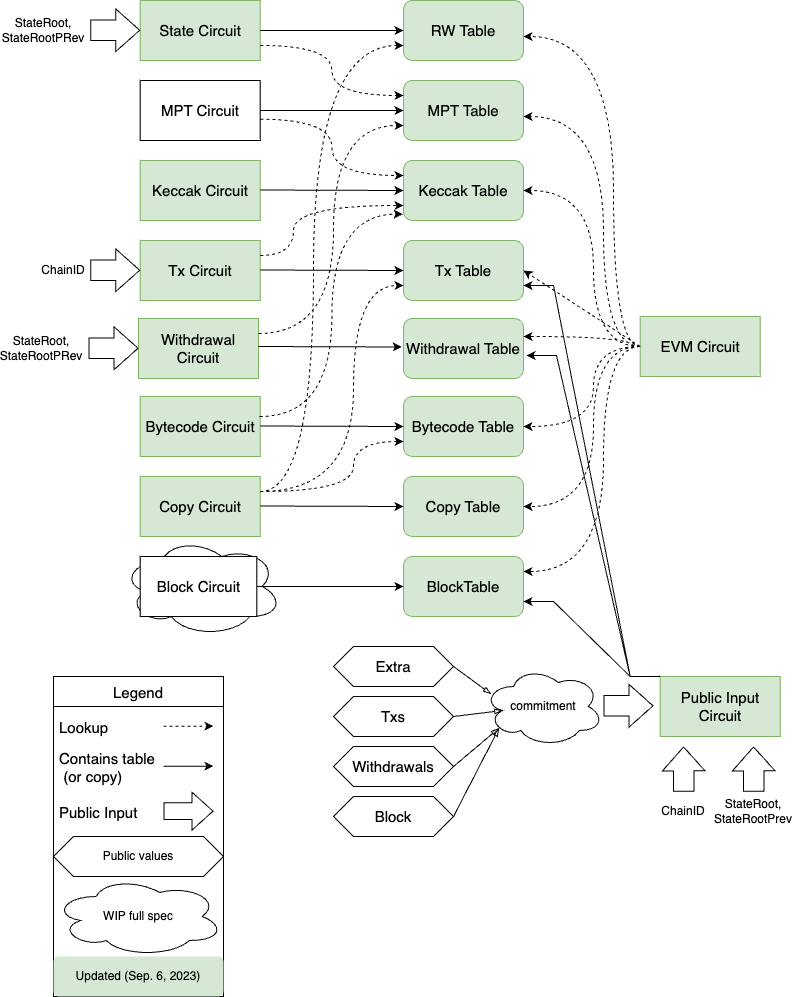
The draw.io diagram specs/super_circuit.png in privacy-scaling-explorations/zkevm-specs, before a commit. Source tidied: cells renumbered, new cells last; positions are measured from the earlier drawing's top-left corner, leaving out a move shared by most shapes.
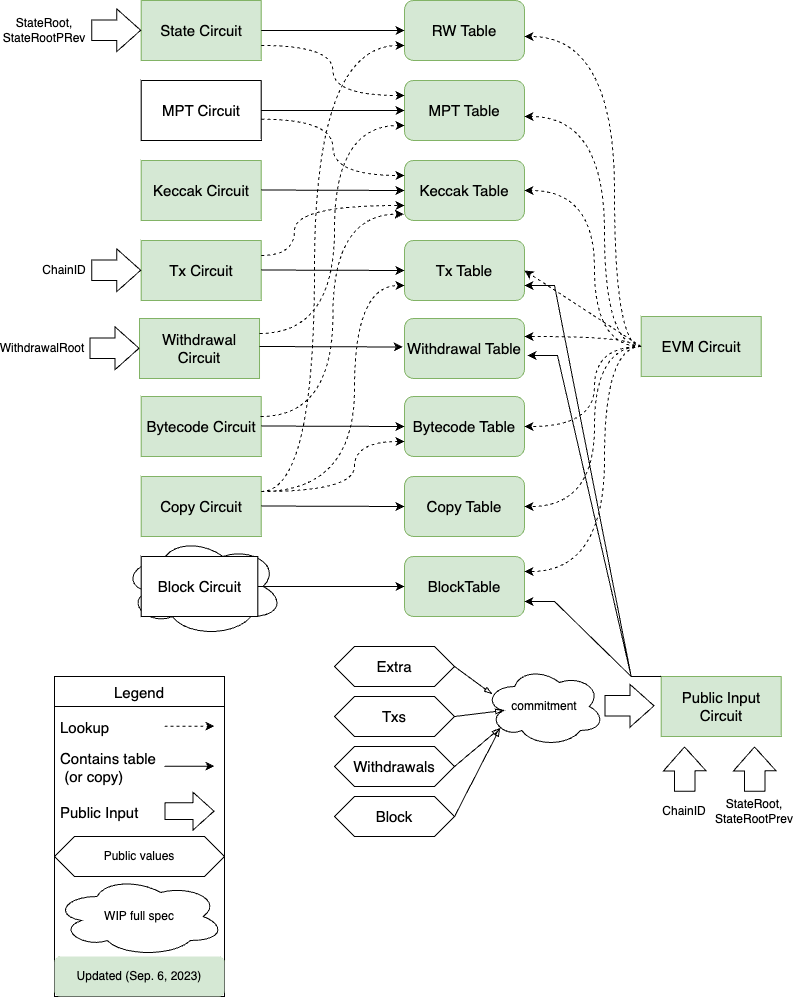
After the commit.

What changed in the source:
```diff
@@ -294,7 +294,7 @@
         <mxPoint x="127" y="347.8" as="targetPoint" />
       </mxGeometry>
     </mxCell>
-    <mxCell id="70" value="StateRoot,&lt;br&gt;StateRootPRev" style="text;html=1;strokeColor=none;fillColor=none;align=center;verticalAlign=middle;whiteSpace=wrap;rounded=0;" parent="1" vertex="1">
+    <mxCell id="70" value="WithdrawalRoot" style="text;html=1;strokeColor=none;fillColor=none;align=center;verticalAlign=middle;whiteSpace=wrap;rounded=0;" parent="1" vertex="1">
       <mxGeometry x="0.3" y="325.5" width="60" height="45" as="geometry" />
     </mxCell>
     <mxCell id="71" value="Withdrawals" style="shape=hexagon;perimeter=hexagonPerimeter2;whiteSpace=wrap;html=1;fixedSize=1;fontSize=15;" parent="1" vertex="1">
```
